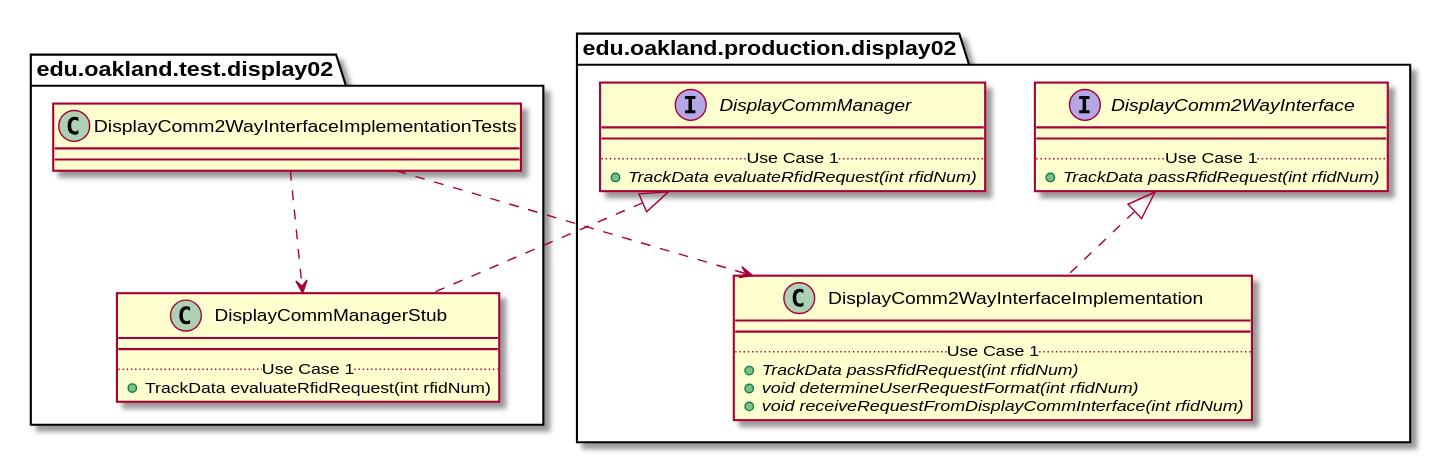
The PlantUML diagram docs/uml-class-diagrams/display02/test/DisplayComm2WayInterfaceImplementationTests/DisplayComm2WayInterfaceImplementationTests_Closure.svg in andrewdimmer/csi-3370-software-project, before a commit.
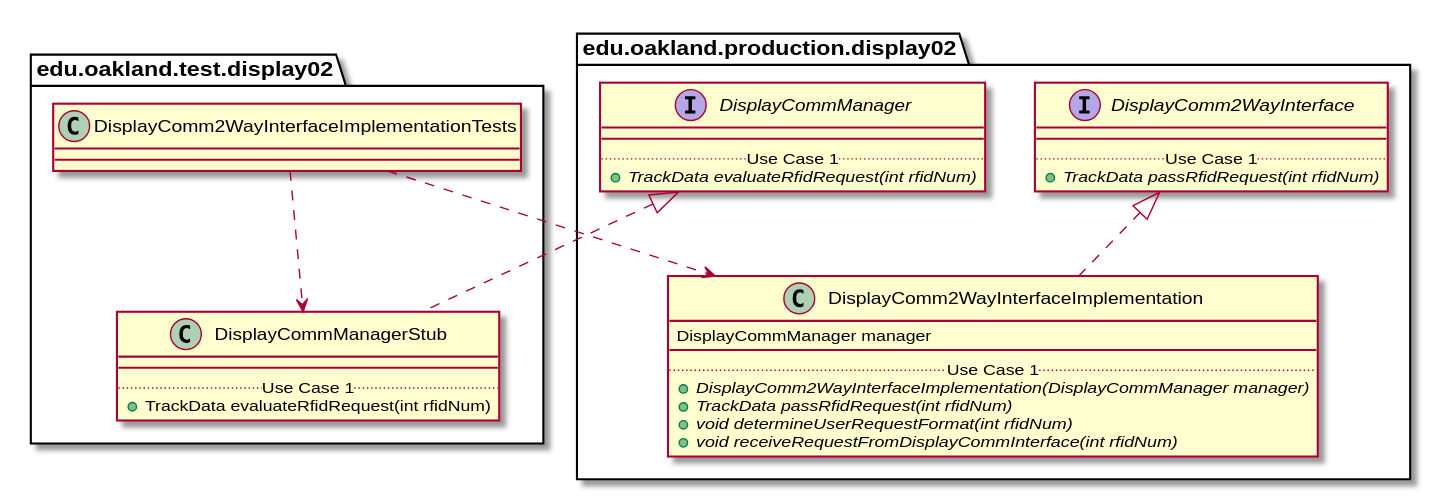
After the change.

Diff of the diagram source:
```diff
@@ -44,8 +44,10 @@
 
 package edu.oakland.production.display02 {
     class DisplayComm2WayInterfaceImplementation {
+        DisplayCommManager manager
         __
         .. Use Case 1 ..
+        {abstract} + DisplayComm2WayInterfaceImplementation(DisplayCommManager manager)
         {abstract} + TrackData passRfidRequest(int rfidNum)
         {abstract} + void determineUserRequestFormat(int rfidNum)
         {abstract} + void receiveRequestFromDisplayCommInterface(int rfidNum)
```
